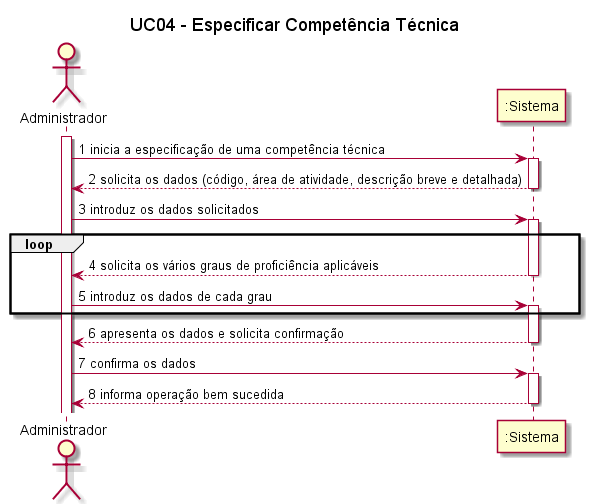
This is Documentação/Sprint 2/UC04_Especificar_Competencia_Tecnica/UC04_Especificar_Competencia_Tecnica_SSD.png from blestonbandeiraUPSKILL/upskill_java1_labprg_grupo2, a PlantUML export, as it was before one commit.
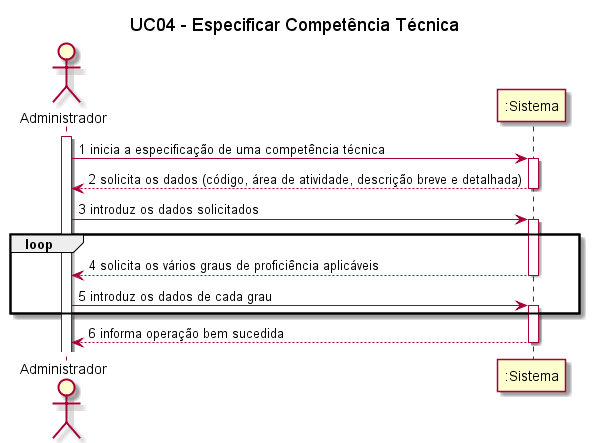
The same file after the commit.

What changed in the source:
```diff
@@ -26,12 +26,7 @@
 
 end
 
-Sistema --> Administrador: 6 apresenta os dados e solicita confirmação
-deactivate Sistema
 
-Administrador -> Sistema: 7 confirma os dados
-activate Sistema
-
-Sistema --> Administrador: 8 informa operação bem sucedida
+Sistema --> Administrador: 6 informa operação bem sucedida
 deactivate Sistema
 @enduml
```
